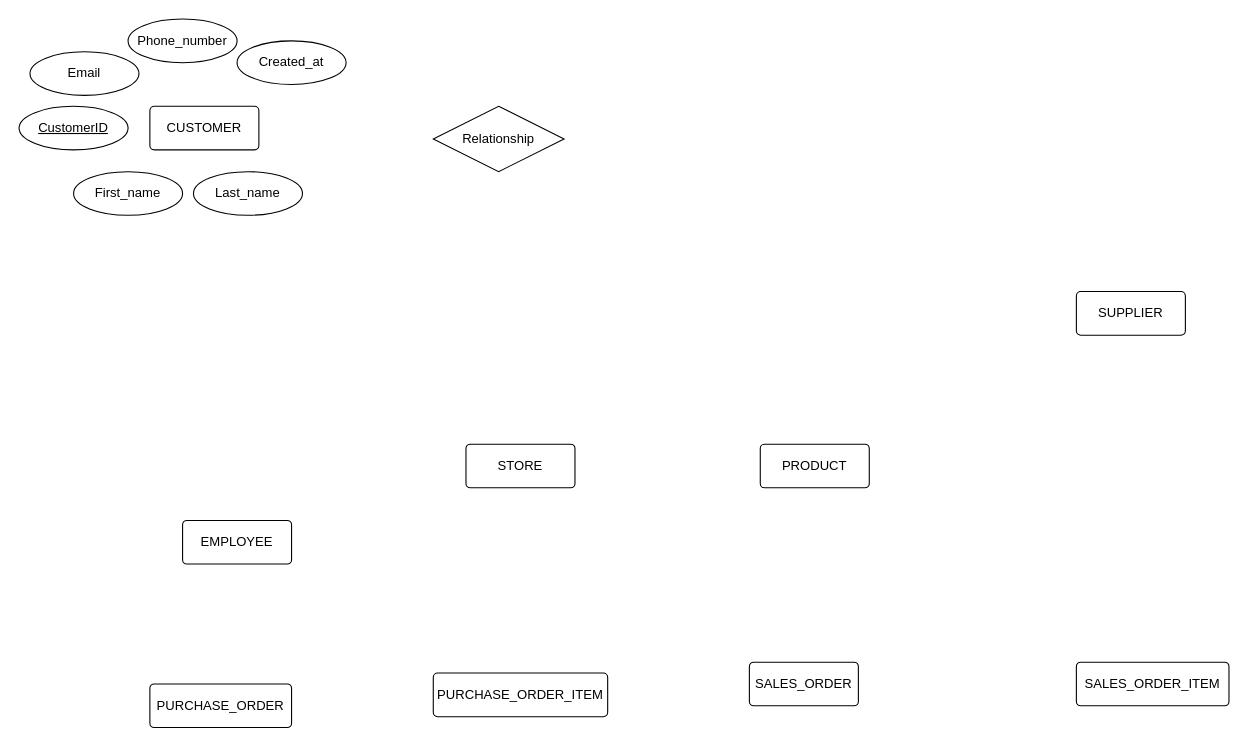
Above: diagrams/EER_563.drawio in Shantanu-Barua/prt563_dbdesign (draw.io), before the change. Source tidied: cells renumbered, new cells numbered last; positions are measured from the earlier drawing's top-left corner, leaving out a move shared by most shapes. Both pictures are drawn from the tidied source at 109%, with x=0, y=0 at pixel (19, 19).
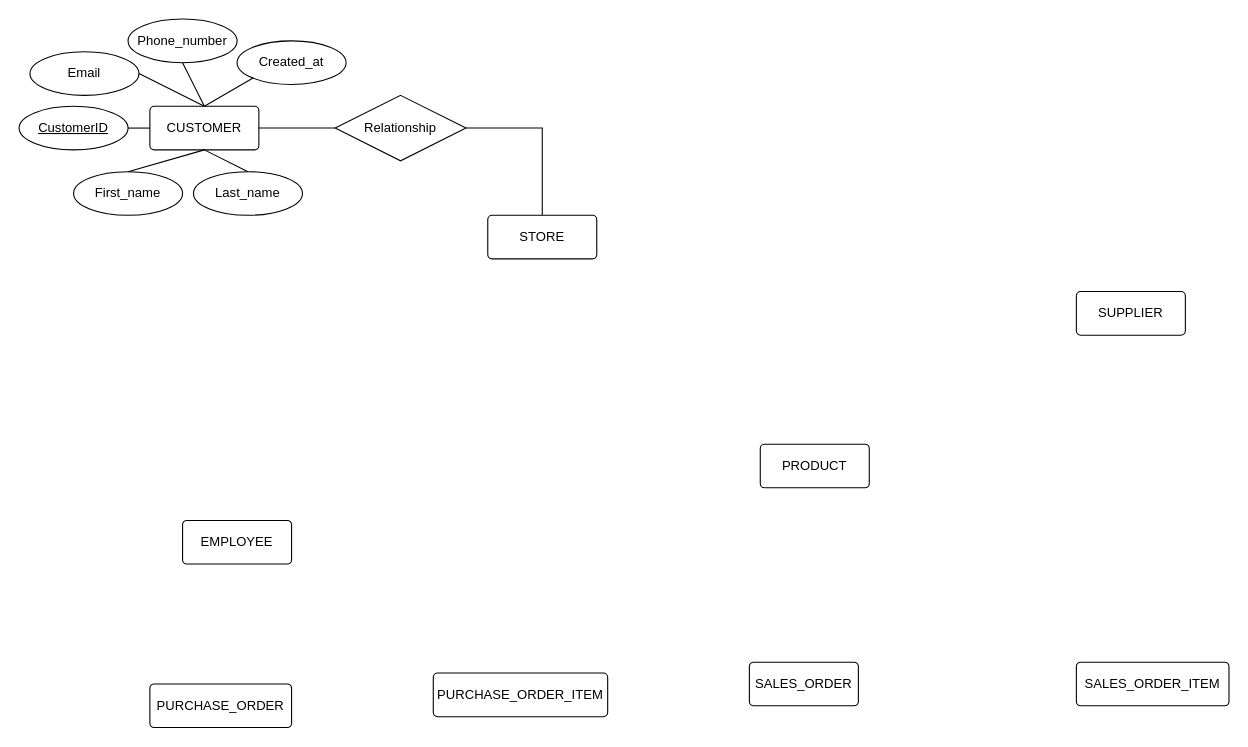
After the change.

Unchanged cells that the change refers to:
```xml
<mxCell id="2" value="CUSTOMER" style="rounded=1;arcSize=10;whiteSpace=wrap;html=1;align=center;" parent="1" vertex="1">
  <mxGeometry x="120" y="80" width="100" height="40" as="geometry" />
</mxCell>
<mxCell id="11" value="&lt;u&gt;CustomerID&lt;/u&gt;" style="ellipse;whiteSpace=wrap;html=1;align=center;" parent="1" vertex="1">
  <mxGeometry y="80" width="100" height="40" as="geometry" />
</mxCell>
<mxCell id="13" value="First_name" style="ellipse;whiteSpace=wrap;html=1;align=center;" parent="1" vertex="1">
  <mxGeometry x="50" y="140" width="100" height="40" as="geometry" />
</mxCell>
<mxCell id="14" value="Last_name" style="ellipse;whiteSpace=wrap;html=1;align=center;" parent="1" vertex="1">
  <mxGeometry x="160" y="140" width="100" height="40" as="geometry" />
</mxCell>
<mxCell id="15" value="Email" style="ellipse;whiteSpace=wrap;html=1;align=center;" parent="1" vertex="1">
  <mxGeometry x="10" y="30" width="100" height="40" as="geometry" />
</mxCell>
<mxCell id="16" value="Phone_number" style="ellipse;whiteSpace=wrap;html=1;align=center;" parent="1" vertex="1">
  <mxGeometry x="100" width="100" height="40" as="geometry" />
</mxCell>
<mxCell id="17" value="Created_at" style="ellipse;whiteSpace=wrap;html=1;align=center;" parent="1" vertex="1">
  <mxGeometry x="200" y="20" width="100" height="40" as="geometry" />
</mxCell>
```

The edit, as a diff of the source:
```diff
@@
     <mxCell id="4" value="STORE" style="rounded=1;arcSize=10;whiteSpace=wrap;html=1;align=center;" parent="1" vertex="1">
-      <mxGeometry x="410" y="390" width="100" height="40" as="geometry" />
+      <mxGeometry x="430" y="180" width="100" height="40" as="geometry" />
     </mxCell>
@@
     <mxCell id="12" value="Relationship" style="shape=rhombus;perimeter=rhombusPerimeter;whiteSpace=wrap;html=1;align=center;" parent="1" vertex="1">
-      <mxGeometry x="380" y="80" width="120" height="60" as="geometry" />
+      <mxGeometry x="290" y="70" width="120" height="60" as="geometry" />
     </mxCell>
@@
+    <mxCell id="18" style="endArrow=none;html=1;rounded=0;exitX=1;exitY=0.5;exitDx=0;exitDy=0;entryX=0.5;entryY=0;entryDx=0;entryDy=0;" parent="1" edge="1" source="15" target="2">
+      <mxGeometry relative="1" as="geometry" />
+    </mxCell>
+    <mxCell id="19" style="endArrow=none;html=1;rounded=0;exitX=0.5;exitY=1;exitDx=0;exitDy=0;entryX=0.5;entryY=0;entryDx=0;entryDy=0;" parent="1" edge="1" source="16" target="2">
+      <mxGeometry relative="1" as="geometry" />
+    </mxCell>
+    <mxCell id="20" style="endArrow=none;html=1;rounded=0;exitX=0;exitY=1;exitDx=0;exitDy=0;entryX=0.5;entryY=0;entryDx=0;entryDy=0;" parent="1" edge="1" source="17" target="2">
+      <mxGeometry relative="1" as="geometry" />
+    </mxCell>
+    <mxCell id="21" style="endArrow=none;html=1;rounded=0;exitX=1;exitY=0.5;exitDx=0;exitDy=0;entryX=0;entryY=0.5;entryDx=0;entryDy=0;" parent="1" edge="1" source="11" target="2">
+      <mxGeometry relative="1" as="geometry" />
+    </mxCell>
+    <mxCell id="22" style="endArrow=none;html=1;rounded=0;exitX=0.5;exitY=1;exitDx=0;exitDy=0;entryX=0.5;entryY=0;entryDx=0;entryDy=0;" parent="1" edge="1" source="2" target="13">
+      <mxGeometry relative="1" as="geometry" />
+    </mxCell>
+    <mxCell id="23" style="endArrow=none;html=1;rounded=0;exitX=0.5;exitY=1;exitDx=0;exitDy=0;entryX=0.5;entryY=0;entryDx=0;entryDy=0;" parent="1" edge="1" source="2" target="14">
+      <mxGeometry relative="1" as="geometry" />
+    </mxCell>
+    <mxCell id="24" style="endArrow=none;html=1;rounded=0;exitX=1;exitY=0.5;exitDx=0;exitDy=0;entryX=0;entryY=0.5;entryDx=0;entryDy=0;" parent="1" edge="1" source="2" target="12">
+      <mxGeometry relative="1" as="geometry" />
+    </mxCell>
+    <mxCell id="25" style="endArrow=none;html=1;rounded=0;exitX=1;exitY=0.5;exitDx=0;exitDy=0;entryX=0.5;entryY=0;entryDx=0;entryDy=0;" parent="1" edge="1" source="12" target="4">
+      <mxGeometry relative="1" as="geometry">
+        <Array as="points">
+          <mxPoint x="480" y="100" />
+        </Array>
+      </mxGeometry>
+    </mxCell>
```
